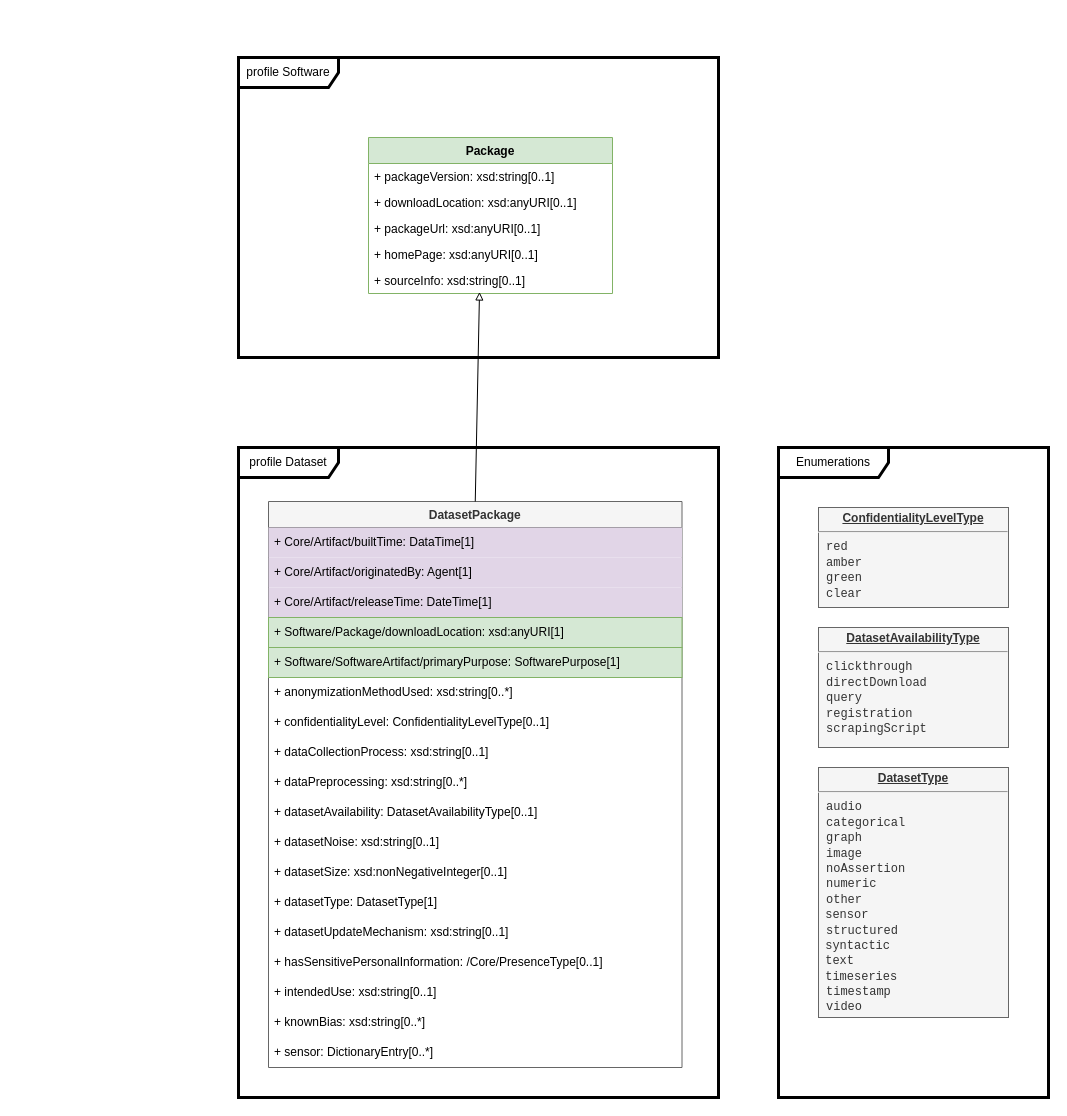
spdx/spdx-3-model keeps this draw.io diagram as page "Dataset" (6 of 8) of docs/model.drawio. Above is the earlier version. Source tidied: cells renumbered, new cells numbered last; positions are measured from the earlier drawing's top-left corner, leaving out a move shared by most shapes. Both pictures are drawn from the tidied source at 100%, with x=0, y=0 at pixel (238, 57).
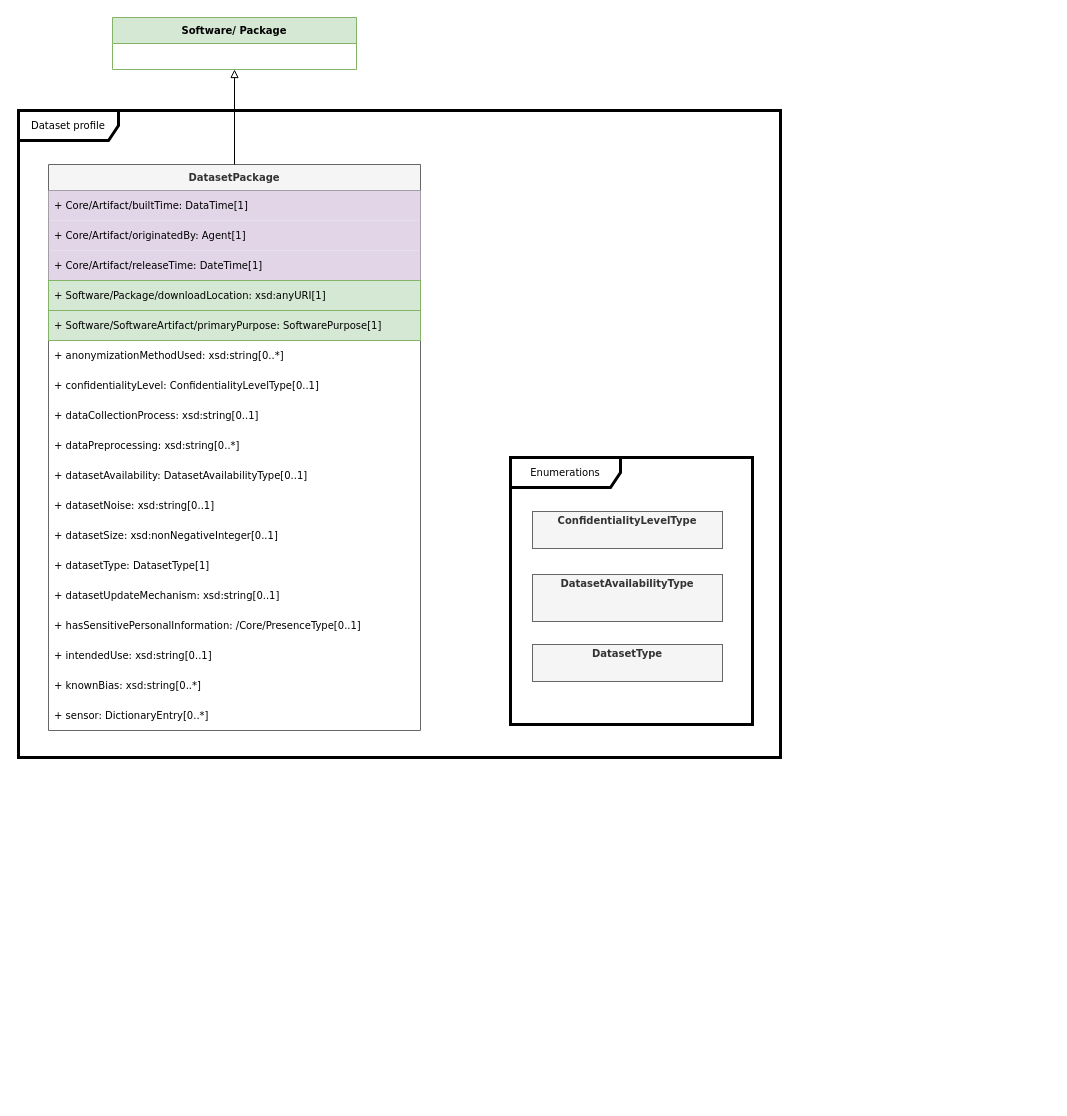
The same page after the edit.

What changed in the source:
```diff
@@
-    <mxCell id="2" value="profile Software" style="shape=umlFrame;whiteSpace=wrap;html=1;width=100;height=30;strokeWidth=3;" parent="1" vertex="1">
-      <mxGeometry width="480" height="300" as="geometry" />
-    </mxCell>
-    <mxCell id="3" value="Package" style="swimlane;fontStyle=1;horizontal=1;startSize=26;fillColor=#d5e8d4;strokeColor=#82b366;" parent="1" vertex="1">
-      <mxGeometry x="130" y="80" width="244" height="156" as="geometry" />
+    <mxCell id="3" value="Software/ Package" style="swimlane;fontStyle=1;horizontal=1;startSize=26;fillColor=#d5e8d4;strokeColor=#82b366;fontFamily=Verdana;fontSize=10;" parent="1" vertex="1">
+      <mxGeometry x="-126" y="-40" width="244" height="52" as="geometry" />
     </mxCell>
-    <mxCell id="4" value="+ packageVersion: xsd:string[0..1]" style="text;strokeColor=none;fillColor=none;align=left;verticalAlign=top;spacingLeft=4;spacingRight=4;overflow=hidden;" parent="3" vertex="1">
-      <mxGeometry y="26" width="244" height="26" as="geometry" />
-    </mxCell>
-    <mxCell id="5" value="+ downloadLocation: xsd:anyURI[0..1]" style="text;strokeColor=none;fillColor=none;align=left;verticalAlign=top;spacingLeft=4;spacingRight=4;overflow=hidden;" parent="3" vertex="1">
-      <mxGeometry y="52" width="244" height="26" as="geometry" />
-    </mxCell>
-    <mxCell id="6" value="+ packageUrl: xsd:anyURI[0..1]" style="text;strokeColor=none;fillColor=none;align=left;verticalAlign=top;spacingLeft=4;spacingRight=4;overflow=hidden;" parent="3" vertex="1">
-      <mxGeometry y="78" width="244" height="26" as="geometry" />
-    </mxCell>
-    <mxCell id="7" value="+ homePage: xsd:anyURI[0..1]" style="text;strokeColor=none;fillColor=none;align=left;verticalAlign=top;spacingLeft=4;spacingRight=4;overflow=hidden;" parent="3" vertex="1">
-      <mxGeometry y="104" width="244" height="26" as="geometry" />
-    </mxCell>
-    <mxCell id="8" value="+ sourceInfo: xsd:string[0..1]" style="text;strokeColor=none;fillColor=none;align=left;verticalAlign=top;spacingLeft=4;spacingRight=4;overflow=hidden;points=[[0,0.5],[1,0.5]];portConstraint=eastwest;" parent="3" vertex="1">
-      <mxGeometry y="130" width="244" height="26" as="geometry" />
-    </mxCell>
-    <mxCell id="9" value="profile Dataset" style="shape=umlFrame;whiteSpace=wrap;html=1;width=100;height=30;strokeWidth=3;" parent="1" vertex="1">
-      <mxGeometry y="390" width="480" height="650" as="geometry" />
+    <mxCell id="9" value="Dataset profile" style="shape=umlFrame;whiteSpace=wrap;html=1;width=100;height=30;strokeWidth=3;fontFamily=Verdana;fontSize=10;" parent="1" vertex="1">
+      <mxGeometry x="-220" y="53" width="762" height="647" as="geometry" />
     </mxCell>
-    <mxCell id="10" value="DatasetPackage" style="swimlane;fontStyle=1;horizontal=1;startSize=26;fillColor=#f5f5f5;strokeColor=#666666;fontColor=#333333;" parent="1" vertex="1">
-      <mxGeometry x="30" y="444" width="413.5" height="566" as="geometry" />
+    <mxCell id="10" value="DatasetPackage" style="swimlane;fontStyle=1;horizontal=1;startSize=26;fillColor=#f5f5f5;strokeColor=#666666;fontColor=#333333;fontFamily=Verdana;fontSize=10;" parent="1" vertex="1">
+      <mxGeometry x="-190" y="107" width="372" height="566" as="geometry" />
     </mxCell>
-    <mxCell id="11" value="+ Core/Artifact/builtTime: DataTime[1]" style="text;strokeColor=none;fillColor=#E1D5E7;align=left;verticalAlign=middle;spacingLeft=4;spacingRight=4;overflow=hidden;whiteSpace=wrap;html=1;" parent="10" vertex="1">
-      <mxGeometry y="26" width="413.5" height="30" as="geometry" />
+    <mxCell id="11" value="+ Core/Artifact/builtTime: DataTime[1]" style="text;strokeColor=none;fillColor=#E1D5E7;align=left;verticalAlign=middle;spacingLeft=4;spacingRight=4;overflow=hidden;whiteSpace=wrap;html=1;fontFamily=Verdana;fontSize=10;" parent="10" vertex="1">
+      <mxGeometry y="26" width="372" height="30" as="geometry" />
     </mxCell>
-    <mxCell id="12" value="+ Core/Artifact/originatedBy: Agent[1]" style="text;strokeColor=none;fillColor=#E1D5E7;align=left;verticalAlign=middle;spacingLeft=4;spacingRight=4;overflow=hidden;whiteSpace=wrap;html=1;" parent="10" vertex="1">
-      <mxGeometry y="56" width="413.5" height="30" as="geometry" />
+    <mxCell id="12" value="+ Core/Artifact/originatedBy: Agent[1]" style="text;strokeColor=none;fillColor=#E1D5E7;align=left;verticalAlign=middle;spacingLeft=4;spacingRight=4;overflow=hidden;whiteSpace=wrap;html=1;fontFamily=Verdana;fontSize=10;" parent="10" vertex="1">
+      <mxGeometry y="56" width="372" height="30" as="geometry" />
     </mxCell>
-    <mxCell id="13" value="+ Core/Artifact/releaseTime: DateTime[1]" style="text;strokeColor=none;fillColor=#E1D5E7;align=left;verticalAlign=middle;spacingLeft=4;spacingRight=4;overflow=hidden;whiteSpace=wrap;html=1;" parent="10" vertex="1">
-      <mxGeometry y="86" width="413.5" height="30" as="geometry" />
+    <mxCell id="13" value="+ Core/Artifact/releaseTime: DateTime[1]" style="text;strokeColor=none;fillColor=#E1D5E7;align=left;verticalAlign=middle;spacingLeft=4;spacingRight=4;overflow=hidden;whiteSpace=wrap;html=1;fontFamily=Verdana;fontSize=10;" parent="10" vertex="1">
+      <mxGeometry y="86" width="372" height="30" as="geometry" />
     </mxCell>
-    <mxCell id="14" value="+ Software/Package/downloadLocation: xsd:anyURI[1]" style="text;strokeColor=#82b366;fillColor=#d5e8d4;align=left;verticalAlign=middle;spacingLeft=4;spacingRight=4;overflow=hidden;whiteSpace=wrap;html=1;" parent="10" vertex="1">
-      <mxGeometry y="116" width="413.5" height="30" as="geometry" />
+    <mxCell id="14" value="+ Software/Package/downloadLocation: xsd:anyURI[1]" style="text;strokeColor=#82b366;fillColor=#d5e8d4;align=left;verticalAlign=middle;spacingLeft=4;spacingRight=4;overflow=hidden;whiteSpace=wrap;html=1;fontFamily=Verdana;fontSize=10;" parent="10" vertex="1">
+      <mxGeometry y="116" width="372" height="30" as="geometry" />
     </mxCell>
-    <mxCell id="15" value="+ Software/SoftwareArtifact/primaryPurpose: SoftwarePurpose[1]" style="text;strokeColor=#82b366;fillColor=#d5e8d4;align=left;verticalAlign=middle;spacingLeft=4;spacingRight=4;overflow=hidden;whiteSpace=wrap;html=1;" parent="10" vertex="1">
-      <mxGeometry y="146" width="413.5" height="30" as="geometry" />
+    <mxCell id="15" value="+ Software/SoftwareArtifact/primaryPurpose: SoftwarePurpose[1]" style="text;strokeColor=#82b366;fillColor=#d5e8d4;align=left;verticalAlign=middle;spacingLeft=4;spacingRight=4;overflow=hidden;whiteSpace=wrap;html=1;fontFamily=Verdana;fontSize=10;" parent="10" vertex="1">
+      <mxGeometry y="146" width="372" height="30" as="geometry" />
     </mxCell>
-    <mxCell id="16" value="+ anonymizationMethodUsed: xsd:string[0..*]" style="text;strokeColor=none;fillColor=none;align=left;verticalAlign=middle;spacingLeft=4;spacingRight=4;overflow=hidden;whiteSpace=wrap;html=1;" parent="10" vertex="1">
-      <mxGeometry y="176" width="413.5" height="30" as="geometry" />
+    <mxCell id="16" value="+ anonymizationMethodUsed: xsd:string[0..*]" style="text;strokeColor=none;fillColor=none;align=left;verticalAlign=middle;spacingLeft=4;spacingRight=4;overflow=hidden;whiteSpace=wrap;html=1;fontFamily=Verdana;fontSize=10;" parent="10" vertex="1">
+      <mxGeometry y="176" width="372" height="30" as="geometry" />
     </mxCell>
-    <mxCell id="17" value="+ confidentialityLevel: ConfidentialityLevelType[0..1]" style="text;strokeColor=none;fillColor=none;align=left;verticalAlign=middle;spacingLeft=4;spacingRight=4;overflow=hidden;whiteSpace=wrap;html=1;" parent="10" vertex="1">
-      <mxGeometry y="206" width="413.5" height="30" as="geometry" />
+    <mxCell id="17" value="+ confidentialityLevel: ConfidentialityLevelType[0..1]" style="text;strokeColor=none;fillColor=none;align=left;verticalAlign=middle;spacingLeft=4;spacingRight=4;overflow=hidden;whiteSpace=wrap;html=1;fontFamily=Verdana;fontSize=10;" parent="10" vertex="1">
+      <mxGeometry y="206" width="372" height="30" as="geometry" />
     </mxCell>
-    <mxCell id="18" value="+ dataCollectionProcess: xsd:string[0..1]" style="text;strokeColor=none;fillColor=none;align=left;verticalAlign=middle;spacingLeft=4;spacingRight=4;overflow=hidden;whiteSpace=wrap;html=1;" parent="10" vertex="1">
-      <mxGeometry y="236" width="413.5" height="30" as="geometry" />
+    <mxCell id="18" value="+ dataCollectionProcess: xsd:string[0..1]" style="text;strokeColor=none;fillColor=none;align=left;verticalAlign=middle;spacingLeft=4;spacingRight=4;overflow=hidden;whiteSpace=wrap;html=1;fontFamily=Verdana;fontSize=10;" parent="10" vertex="1">
+      <mxGeometry y="236" width="372" height="30" as="geometry" />
     </mxCell>
-    <mxCell id="19" value="+ dataPreprocessing: xsd:string[0..*]" style="text;strokeColor=none;fillColor=none;align=left;verticalAlign=middle;spacingLeft=4;spacingRight=4;overflow=hidden;whiteSpace=wrap;html=1;" parent="10" vertex="1">
-      <mxGeometry y="266" width="413.5" height="30" as="geometry" />
+    <mxCell id="19" value="+ dataPreprocessing: xsd:string[0..*]" style="text;strokeColor=none;fillColor=none;align=left;verticalAlign=middle;spacingLeft=4;spacingRight=4;overflow=hidden;whiteSpace=wrap;html=1;fontFamily=Verdana;fontSize=10;" parent="10" vertex="1">
+      <mxGeometry y="266" width="372" height="30" as="geometry" />
     </mxCell>
-    <mxCell id="20" value="+ datasetAvailability: DatasetAvailabilityType[0..1]" style="text;strokeColor=none;fillColor=none;align=left;verticalAlign=middle;spacingLeft=4;spacingRight=4;overflow=hidden;whiteSpace=wrap;html=1;" parent="10" vertex="1">
-      <mxGeometry y="296" width="413.5" height="30" as="geometry" />
+    <mxCell id="20" value="+ datasetAvailability: DatasetAvailabilityType[0..1]" style="text;strokeColor=none;fillColor=none;align=left;verticalAlign=middle;spacingLeft=4;spacingRight=4;overflow=hidden;whiteSpace=wrap;html=1;fontFamily=Verdana;fontSize=10;" parent="10" vertex="1">
+      <mxGeometry y="296" width="372" height="30" as="geometry" />
     </mxCell>
-    <mxCell id="21" value="+ datasetNoise: xsd:string[0..1]" style="text;strokeColor=none;fillColor=none;align=left;verticalAlign=middle;spacingLeft=4;spacingRight=4;overflow=hidden;whiteSpace=wrap;html=1;" parent="10" vertex="1">
-      <mxGeometry y="326" width="413.5" height="30" as="geometry" />
+    <mxCell id="21" value="+ datasetNoise: xsd:string[0..1]" style="text;strokeColor=none;fillColor=none;align=left;verticalAlign=middle;spacingLeft=4;spacingRight=4;overflow=hidden;whiteSpace=wrap;html=1;fontFamily=Verdana;fontSize=10;" parent="10" vertex="1">
+      <mxGeometry y="326" width="372" height="30" as="geometry" />
     </mxCell>
-    <mxCell id="22" value="+ datasetSize: xsd:nonNegativeInteger[0..1]" style="text;strokeColor=none;fillColor=none;align=left;verticalAlign=middle;spacingLeft=4;spacingRight=4;overflow=hidden;whiteSpace=wrap;html=1;" parent="10" vertex="1">
-      <mxGeometry y="356" width="413.5" height="30" as="geometry" />
+    <mxCell id="22" value="+ datasetSize: xsd:nonNegativeInteger[0..1]" style="text;strokeColor=none;fillColor=none;align=left;verticalAlign=middle;spacingLeft=4;spacingRight=4;overflow=hidden;whiteSpace=wrap;html=1;fontFamily=Verdana;fontSize=10;" parent="10" vertex="1">
+      <mxGeometry y="356" width="372" height="30" as="geometry" />
     </mxCell>
-    <mxCell id="23" value="+ datasetType: DatasetType[1]" style="text;strokeColor=none;fillColor=none;align=left;verticalAlign=middle;spacingLeft=4;spacingRight=4;overflow=hidden;whiteSpace=wrap;html=1;" parent="10" vertex="1">
-      <mxGeometry y="386" width="413.5" height="30" as="geometry" />
+    <mxCell id="23" value="+ datasetType: DatasetType[1]" style="text;strokeColor=none;fillColor=none;align=left;verticalAlign=middle;spacingLeft=4;spacingRight=4;overflow=hidden;whiteSpace=wrap;html=1;fontFamily=Verdana;fontSize=10;" parent="10" vertex="1">
+      <mxGeometry y="386" width="372" height="30" as="geometry" />
     </mxCell>
-    <mxCell id="24" value="+ datasetUpdateMechanism: xsd:string[0..1]" style="text;strokeColor=none;fillColor=none;align=left;verticalAlign=middle;spacingLeft=4;spacingRight=4;overflow=hidden;whiteSpace=wrap;html=1;" parent="10" vertex="1">
-      <mxGeometry y="416" width="413.5" height="30" as="geometry" />
+    <mxCell id="24" value="+ datasetUpdateMechanism: xsd:string[0..1]" style="text;strokeColor=none;fillColor=none;align=left;verticalAlign=middle;spacingLeft=4;spacingRight=4;overflow=hidden;whiteSpace=wrap;html=1;fontFamily=Verdana;fontSize=10;" parent="10" vertex="1">
+      <mxGeometry y="416" width="372" height="30" as="geometry" />
     </mxCell>
-    <mxCell id="25" value="+ hasSensitivePersonalInformation: /Core/PresenceType[0..1]" style="text;strokeColor=none;fillColor=none;align=left;verticalAlign=middle;spacingLeft=4;spacingRight=4;overflow=hidden;whiteSpace=wrap;html=1;" parent="10" vertex="1">
-      <mxGeometry y="446" width="413.5" height="30" as="geometry" />
+    <mxCell id="25" value="+ hasSensitivePersonalInformation: /Core/PresenceType[0..1]" style="text;strokeColor=none;fillColor=none;align=left;verticalAlign=middle;spacingLeft=4;spacingRight=4;overflow=hidden;whiteSpace=wrap;html=1;fontFamily=Verdana;fontSize=10;" parent="10" vertex="1">
+      <mxGeometry y="446" width="372" height="30" as="geometry" />
     </mxCell>
-    <mxCell id="26" value="+ intendedUse: xsd:string[0..1]" style="text;strokeColor=none;fillColor=none;align=left;verticalAlign=middle;spacingLeft=4;spacingRight=4;overflow=hidden;whiteSpace=wrap;html=1;" parent="10" vertex="1">
-      <mxGeometry y="476" width="413.5" height="30" as="geometry" />
+    <mxCell id="26" value="+ intendedUse: xsd:string[0..1]" style="text;strokeColor=none;fillColor=none;align=left;verticalAlign=middle;spacingLeft=4;spacingRight=4;overflow=hidden;whiteSpace=wrap;html=1;fontFamily=Verdana;fontSize=10;" parent="10" vertex="1">
+      <mxGeometry y="476" width="372" height="30" as="geometry" />
     </mxCell>
-    <mxCell id="27" value="+ knownBias: xsd:string[0..*]" style="text;strokeColor=none;fillColor=none;align=left;verticalAlign=middle;spacingLeft=4;spacingRight=4;overflow=hidden;whiteSpace=wrap;html=1;" parent="10" vertex="1">
-      <mxGeometry y="506" width="413.5" height="30" as="geometry" />
+    <mxCell id="27" value="+ knownBias: xsd:string[0..*]" style="text;strokeColor=none;fillColor=none;align=left;verticalAlign=middle;spacingLeft=4;spacingRight=4;overflow=hidden;whiteSpace=wrap;html=1;fontFamily=Verdana;fontSize=10;" parent="10" vertex="1">
+      <mxGeometry y="506" width="372" height="30" as="geometry" />
     </mxCell>
-    <mxCell id="28" value="+ sensor: DictionaryEntry[0..*]" style="text;strokeColor=none;fillColor=none;align=left;verticalAlign=middle;spacingLeft=4;spacingRight=4;overflow=hidden;whiteSpace=wrap;html=1;" parent="10" vertex="1">
-      <mxGeometry y="536" width="413.5" height="30" as="geometry" />
+    <mxCell id="28" value="+ sensor: DictionaryEntry[0..*]" style="text;strokeColor=none;fillColor=none;align=left;verticalAlign=middle;spacingLeft=4;spacingRight=4;overflow=hidden;whiteSpace=wrap;html=1;fontFamily=Verdana;fontSize=10;" parent="10" vertex="1">
+      <mxGeometry y="536" width="372" height="30" as="geometry" />
     </mxCell>
-    <mxCell id="29" style="endArrow=block;html=1;rounded=0;entryX=0.455;entryY=0.942;entryDx=0;entryDy=0;entryPerimeter=0;exitX=0.5;exitY=0;exitDx=0;exitDy=0;endFill=0;" parent="1" edge="1" source="10" target="8">
+    <mxCell id="29" style="endArrow=block;html=1;rounded=0;entryX=0.5;entryY=1;entryDx=0;entryDy=0;exitX=0.5;exitY=0;exitDx=0;exitDy=0;endFill=0;fontFamily=Verdana;fontSize=10;" parent="1" edge="1" source="10" target="3">
       <mxGeometry relative="1" as="geometry" />
     </mxCell>
-    <mxCell id="30" value="Enumerations" style="shape=umlFrame;whiteSpace=wrap;html=1;width=110;height=30;strokeWidth=3;" parent="1" vertex="1">
-      <mxGeometry x="540" y="390" width="270" height="650" as="geometry" />
+    <mxCell id="30" value="Enumerations" style="shape=umlFrame;whiteSpace=wrap;html=1;width=110;height=30;strokeWidth=3;fontFamily=Verdana;fontSize=10;fontStyle=0;" parent="1" vertex="1">
+      <mxGeometry x="272" y="400" width="242" height="267" as="geometry" />
     </mxCell>
-    <mxCell id="31" value="&lt;p style=&quot;margin: 0px ; margin-top: 4px ; text-align: center ; text-decoration: underline&quot;&gt;&lt;b&gt;ConfidentialityLevelType&lt;/b&gt;&lt;/p&gt;&lt;hr&gt;&lt;p style=&quot;margin: 0px ; margin-left: 8px&quot;&gt;&lt;font face=&quot;Courier New&quot;&gt;red&lt;/font&gt;&lt;/p&gt;&lt;p style=&quot;margin: 0px ; margin-left: 8px&quot;&gt;&lt;font face=&quot;Courier New&quot;&gt;amber&lt;/font&gt;&lt;/p&gt;&lt;p style=&quot;margin: 0px ; margin-left: 8px&quot;&gt;&lt;font face=&quot;Courier New&quot;&gt;green&lt;/font&gt;&lt;/p&gt;&lt;p style=&quot;margin: 0px ; margin-left: 8px&quot;&gt;&lt;font face=&quot;Courier New&quot;&gt;clear&lt;/font&gt;&lt;/p&gt;" style="verticalAlign=top;align=left;overflow=fill;fontSize=12;fontFamily=Helvetica;html=1;fillColor=#f5f5f5;strokeColor=#666666;fontColor=#333333;" parent="1" vertex="1">
-      <mxGeometry x="580" y="450" width="190" height="100" as="geometry" />
+    <mxCell id="31" value="&lt;p style=&quot;margin: 4px 0px 0px; text-align: center;&quot;&gt;&lt;b&gt;ConfidentialityLevelType&lt;/b&gt;&lt;/p&gt;" style="verticalAlign=top;align=left;overflow=fill;fontSize=10;fontFamily=Verdana;html=1;fillColor=#f5f5f5;strokeColor=#666666;fontColor=#333333;fontStyle=0;" parent="1" vertex="1">
+      <mxGeometry x="294" y="454" width="190" height="37" as="geometry" />
     </mxCell>
-    <mxCell id="32" value="&lt;p style=&quot;margin: 0px ; margin-top: 4px ; text-align: center ; text-decoration: underline&quot;&gt;&lt;b&gt;DatasetAvailabilityType&lt;/b&gt;&lt;/p&gt;&lt;hr&gt;&lt;p style=&quot;margin: 0px ; margin-left: 8px&quot;&gt;&lt;font face=&quot;Courier New&quot;&gt;clickthrough&lt;/font&gt;&lt;/p&gt;&lt;p style=&quot;margin: 0px ; margin-left: 8px&quot;&gt;&lt;font face=&quot;Courier New&quot;&gt;directDownload&lt;/font&gt;&lt;/p&gt;&lt;p style=&quot;margin: 0px ; margin-left: 8px&quot;&gt;&lt;font face=&quot;Courier New&quot;&gt;query&lt;/font&gt;&lt;/p&gt;&lt;p style=&quot;margin: 0px ; margin-left: 8px&quot;&gt;&lt;font face=&quot;Courier New&quot;&gt;registration&lt;/font&gt;&lt;/p&gt;&lt;div&gt;&lt;p style=&quot;margin: 0px ; margin-left: 8px&quot;&gt;&lt;font face=&quot;Courier New&quot;&gt;scrapingScript&lt;/font&gt;&lt;/p&gt;&lt;font face=&quot;Courier New&quot;&gt;&lt;/font&gt;&lt;/div&gt;" style="verticalAlign=top;align=left;overflow=fill;fontSize=12;fontFamily=Helvetica;html=1;fillColor=#f5f5f5;strokeColor=#666666;fontColor=#333333;" parent="1" vertex="1">
-      <mxGeometry x="580" y="570" width="190" height="120" as="geometry" />
+    <mxCell id="32" value="&lt;p style=&quot;margin: 4px 0px 0px; text-align: center;&quot;&gt;&lt;b&gt;DatasetAvailabilityType&lt;/b&gt;&lt;/p&gt;&lt;p style=&quot;margin: 0px ; margin-left: 8px&quot;&gt;&lt;br&gt;&lt;/p&gt;&lt;div&gt;&lt;font&gt;&lt;/font&gt;&lt;/div&gt;" style="verticalAlign=top;align=left;overflow=fill;fontSize=10;fontFamily=Verdana;html=1;fillColor=#f5f5f5;strokeColor=#666666;fontColor=#333333;fontStyle=0;" parent="1" vertex="1">
+      <mxGeometry x="294" y="517" width="190" height="47" as="geometry" />
     </mxCell>
-    <mxCell id="33" value="&lt;p style=&quot;margin: 0px ; margin-top: 4px ; text-align: center ; text-decoration: underline&quot;&gt;&lt;b&gt;DatasetType&lt;/b&gt;&lt;/p&gt;&lt;hr&gt;&lt;p style=&quot;margin: 0px ; margin-left: 8px&quot;&gt;&lt;font face=&quot;Courier New&quot;&gt;audio&lt;/font&gt;&lt;/p&gt;&lt;font face=&quot;Courier New&quot;&gt;&lt;/font&gt;&lt;p style=&quot;margin: 0px ; margin-left: 8px&quot;&gt;&lt;font face=&quot;Courier New&quot;&gt;categorical&lt;/font&gt;&lt;/p&gt;&lt;font face=&quot;Courier New&quot;&gt;&lt;/font&gt;&lt;p style=&quot;margin: 0px ; margin-left: 8px&quot;&gt;&lt;/p&gt;&lt;p style=&quot;margin: 0px ; margin-left: 8px&quot;&gt;&lt;font face=&quot;Courier New&quot;&gt;graph&lt;/font&gt;&lt;font face=&quot;Courier New&quot;&gt;&lt;/font&gt;&lt;/p&gt;&lt;p style=&quot;margin: 0px ; margin-left: 8px&quot;&gt;&lt;font face=&quot;Courier New&quot;&gt;image&lt;/font&gt;&lt;/p&gt;&lt;font face=&quot;Courier New&quot;&gt;&lt;/font&gt;&lt;p style=&quot;margin: 0px ; margin-left: 8px&quot;&gt;&lt;/p&gt;&lt;p style=&quot;margin: 0px ; margin-left: 8px&quot;&gt;&lt;font face=&quot;Courier New&quot;&gt;noAssertion&lt;/font&gt;&lt;/p&gt;&lt;p style=&quot;margin: 0px ; margin-left: 8px&quot;&gt;&lt;font face=&quot;Courier New&quot;&gt;numeric&lt;/font&gt;&lt;/p&gt;&lt;p style=&quot;margin: 0px ; margin-left: 8px&quot;&gt;&lt;font face=&quot;Courier New&quot;&gt;other&lt;/font&gt;&lt;/p&gt;&lt;p style=&quot;margin: 0px ; margin-left: 8px&quot;&gt;&lt;/p&gt;&lt;font face=&quot;Courier New&quot;&gt;&lt;/font&gt;&lt;p style=&quot;margin: 0px ; margin-left: 8px&quot;&gt;&lt;/p&gt;&lt;div&gt;&lt;font face=&quot;Courier New&quot;&gt;&amp;nbsp;sensor&lt;/font&gt;&lt;/div&gt;&lt;font face=&quot;Courier New&quot;&gt;&lt;/font&gt;&lt;p style=&quot;margin: 0px ; margin-left: 8px&quot;&gt;&lt;/p&gt;&lt;p style=&quot;margin: 0px ; margin-left: 8px&quot;&gt;&lt;font face=&quot;Courier New&quot;&gt;structured&lt;/font&gt;&lt;/p&gt;&lt;font face=&quot;Courier New&quot;&gt;&amp;nbsp;syntactic&lt;/font&gt;&lt;div&gt;&lt;font face=&quot;Courier New&quot;&gt;&amp;nbsp;text&lt;/font&gt;&lt;/div&gt;&lt;div&gt;&lt;font face=&quot;Courier New&quot;&gt;&amp;nbsp;timeseries&lt;/font&gt;&lt;p style=&quot;margin: 0px ; margin-left: 8px&quot;&gt;&lt;font face=&quot;Courier New&quot;&gt;timestamp&lt;/font&gt;&lt;/p&gt;&lt;p style=&quot;margin: 0px ; margin-left: 8px&quot;&gt;&lt;font face=&quot;Courier New&quot;&gt;video&lt;/font&gt;&lt;/p&gt;&lt;/div&gt;" style="verticalAlign=top;align=left;overflow=fill;fontSize=12;fontFamily=Helvetica;html=1;fillColor=#f5f5f5;strokeColor=#666666;fontColor=#333333;" parent="1" vertex="1">
-      <mxGeometry x="580" y="710" width="190" height="250" as="geometry" />
+    <mxCell id="33" value="&lt;p style=&quot;margin: 4px 0px 0px; text-align: center;&quot;&gt;&lt;b&gt;DatasetType&lt;/b&gt;&lt;/p&gt;" style="verticalAlign=top;align=left;overflow=fill;fontSize=10;fontFamily=Verdana;html=1;fillColor=#f5f5f5;strokeColor=#666666;fontColor=#333333;fontStyle=0;" parent="1" vertex="1">
+      <mxGeometry x="294" y="587" width="190" height="37" as="geometry" />
     </mxCell>
```
